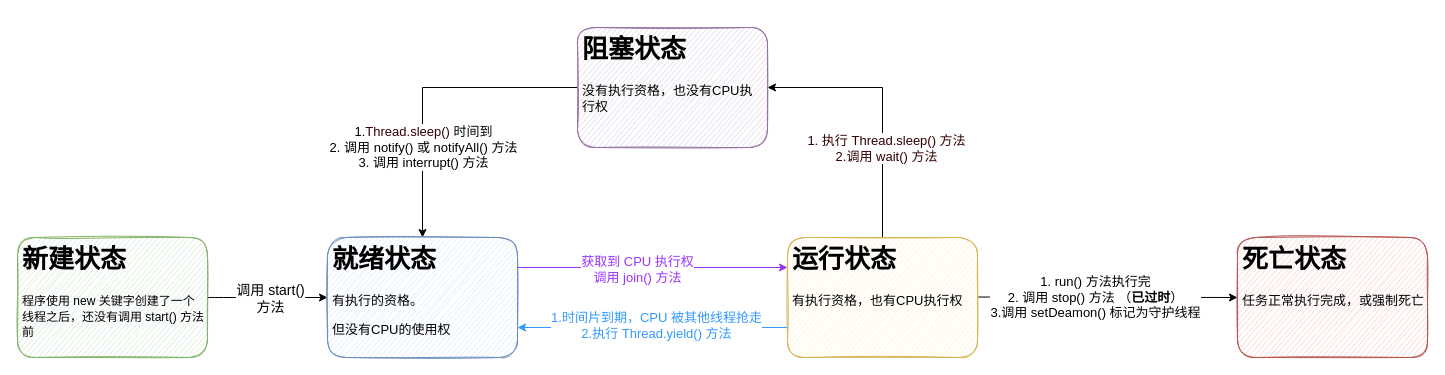
The draw.io diagram resources/attachments/并发编程/并发编程笔记-流程图.drawio in MooNkirA/code-learning-note, before the edit. Source tidied: cells renumbered, new cells numbered last; positions are measured from the earlier drawing's top-left corner, leaving out a move shared by most shapes. Both pictures are drawn from the tidied source at 100%, with x=0, y=0 at pixel (17, 27).
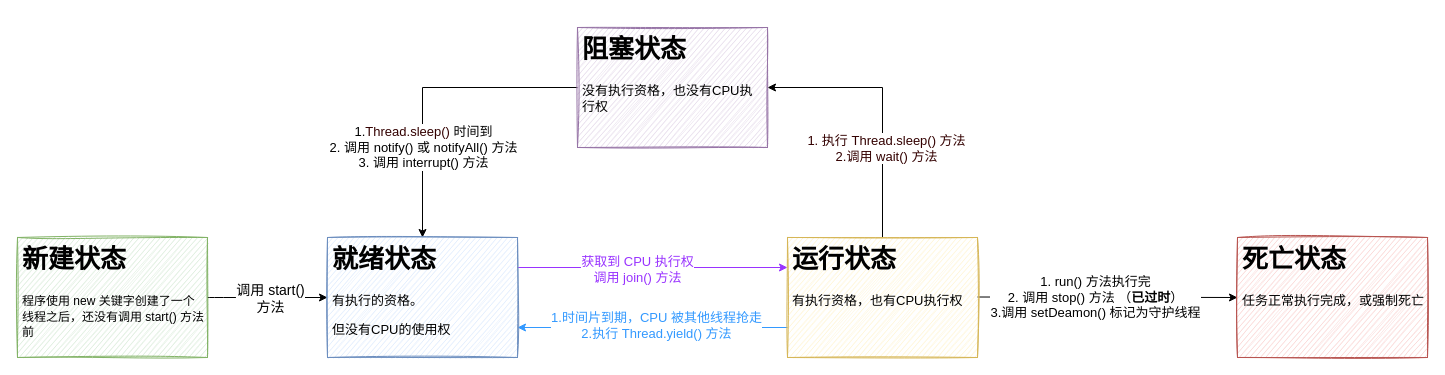
After the change.

Change to the diagram source:
```diff
@@
-    <mxCell id="14" value="&lt;h1&gt;就绪状态&lt;/h1&gt;&lt;p&gt;有执行的资格。&lt;/p&gt;&lt;p&gt;但没有CPU的使用权&lt;/p&gt;" style="text;html=1;strokeColor=#6c8ebf;fillColor=#dae8fc;spacing=5;spacingTop=-20;whiteSpace=wrap;overflow=hidden;rounded=1;fontSize=13;shadow=0;glass=0;sketch=1;" parent="1" vertex="1">
+    <mxCell id="14" value="&lt;h1&gt;就绪状态&lt;/h1&gt;&lt;p&gt;有执行的资格。&lt;/p&gt;&lt;p&gt;但没有CPU的使用权&lt;/p&gt;" style="text;html=1;strokeColor=#6c8ebf;fillColor=#dae8fc;spacing=5;spacingTop=-20;whiteSpace=wrap;overflow=hidden;rounded=0;fontSize=13;shadow=0;glass=0;sketch=1;" parent="1" vertex="1">
       <mxGeometry x="310" y="210" width="190" height="120" as="geometry" />
     </mxCell>
-    <mxCell id="15" value="&lt;h1&gt;新建状态&lt;/h1&gt;&lt;p&gt;&lt;span style=&quot;color: rgb(0, 0, 0); font-size: 12px;&quot;&gt;程序使用 new 关键字创建了一个线程之后，还没有调用 start() 方法前&lt;/span&gt;&lt;br&gt;&lt;/p&gt;" style="text;html=1;strokeColor=#82b366;fillColor=#d5e8d4;spacing=5;spacingTop=-20;whiteSpace=wrap;overflow=hidden;rounded=1;fontSize=13;shadow=0;sketch=1;glass=0;" parent="1" vertex="1">
+    <mxCell id="15" value="&lt;h1&gt;新建状态&lt;/h1&gt;&lt;p&gt;&lt;span style=&quot;color: rgb(0, 0, 0); font-size: 12px;&quot;&gt;程序使用 new 关键字创建了一个线程之后，还没有调用 start() 方法前&lt;/span&gt;&lt;br&gt;&lt;/p&gt;" style="text;html=1;strokeColor=#82b366;fillColor=#d5e8d4;spacing=5;spacingTop=-20;whiteSpace=wrap;overflow=hidden;rounded=0;fontSize=13;shadow=0;sketch=1;glass=0;" parent="1" vertex="1">
       <mxGeometry y="210" width="190" height="120" as="geometry" />
     </mxCell>
-    <mxCell id="16" value="&lt;h1&gt;阻塞状态&lt;/h1&gt;&lt;p&gt;没有执行资格，也&lt;span style=&quot;background-color: initial;&quot;&gt;没有CPU执行权&lt;/span&gt;&lt;/p&gt;" style="text;html=1;strokeColor=#9673a6;fillColor=#e1d5e7;spacing=5;spacingTop=-20;whiteSpace=wrap;overflow=hidden;rounded=1;fontSize=13;shadow=0;glass=0;sketch=1;" parent="1" vertex="1">
+    <mxCell id="16" value="&lt;h1&gt;阻塞状态&lt;/h1&gt;&lt;p&gt;没有执行资格，也&lt;span style=&quot;background-color: initial;&quot;&gt;没有CPU执行权&lt;/span&gt;&lt;/p&gt;" style="text;html=1;strokeColor=#9673a6;fillColor=#e1d5e7;spacing=5;spacingTop=-20;whiteSpace=wrap;overflow=hidden;rounded=0;fontSize=13;shadow=0;glass=0;sketch=1;" parent="1" vertex="1">
       <mxGeometry x="560" width="190" height="120" as="geometry" />
     </mxCell>
-    <mxCell id="17" value="&lt;h1&gt;运行状态&lt;/h1&gt;&lt;p&gt;有执行资格，也&lt;span style=&quot;background-color: initial;&quot;&gt;有CPU执行权&lt;/span&gt;&lt;br&gt;&lt;/p&gt;" style="text;html=1;strokeColor=#d6b656;fillColor=#fff2cc;spacing=5;spacingTop=-20;whiteSpace=wrap;overflow=hidden;rounded=1;fontSize=13;shadow=0;glass=0;sketch=1;gradientColor=none;" parent="1" vertex="1">
+    <mxCell id="17" value="&lt;h1&gt;运行状态&lt;/h1&gt;&lt;p&gt;有执行资格，也&lt;span style=&quot;background-color: initial;&quot;&gt;有CPU执行权&lt;/span&gt;&lt;br&gt;&lt;/p&gt;" style="text;html=1;strokeColor=#d6b656;fillColor=#fff2cc;spacing=5;spacingTop=-20;whiteSpace=wrap;overflow=hidden;rounded=0;fontSize=13;shadow=0;glass=0;sketch=1;gradientColor=none;" parent="1" vertex="1">
       <mxGeometry x="770" y="210" width="190" height="120" as="geometry" />
     </mxCell>
-    <mxCell id="18" value="&lt;h1&gt;死亡状态&lt;/h1&gt;&lt;p&gt;任务正常执行完成，或强制死亡&lt;/p&gt;" style="text;html=1;strokeColor=#b85450;fillColor=#f8cecc;spacing=5;spacingTop=-20;whiteSpace=wrap;overflow=hidden;rounded=1;fontSize=13;shadow=0;glass=0;sketch=1;" parent="1" vertex="1">
+    <mxCell id="18" value="&lt;h1&gt;死亡状态&lt;/h1&gt;&lt;p&gt;任务正常执行完成，或强制死亡&lt;/p&gt;" style="text;html=1;strokeColor=#b85450;fillColor=#f8cecc;spacing=5;spacingTop=-20;whiteSpace=wrap;overflow=hidden;rounded=0;fontSize=13;shadow=0;glass=0;sketch=1;" parent="1" vertex="1">
       <mxGeometry x="1220" y="210" width="190" height="120" as="geometry" />
     </mxCell>
```
